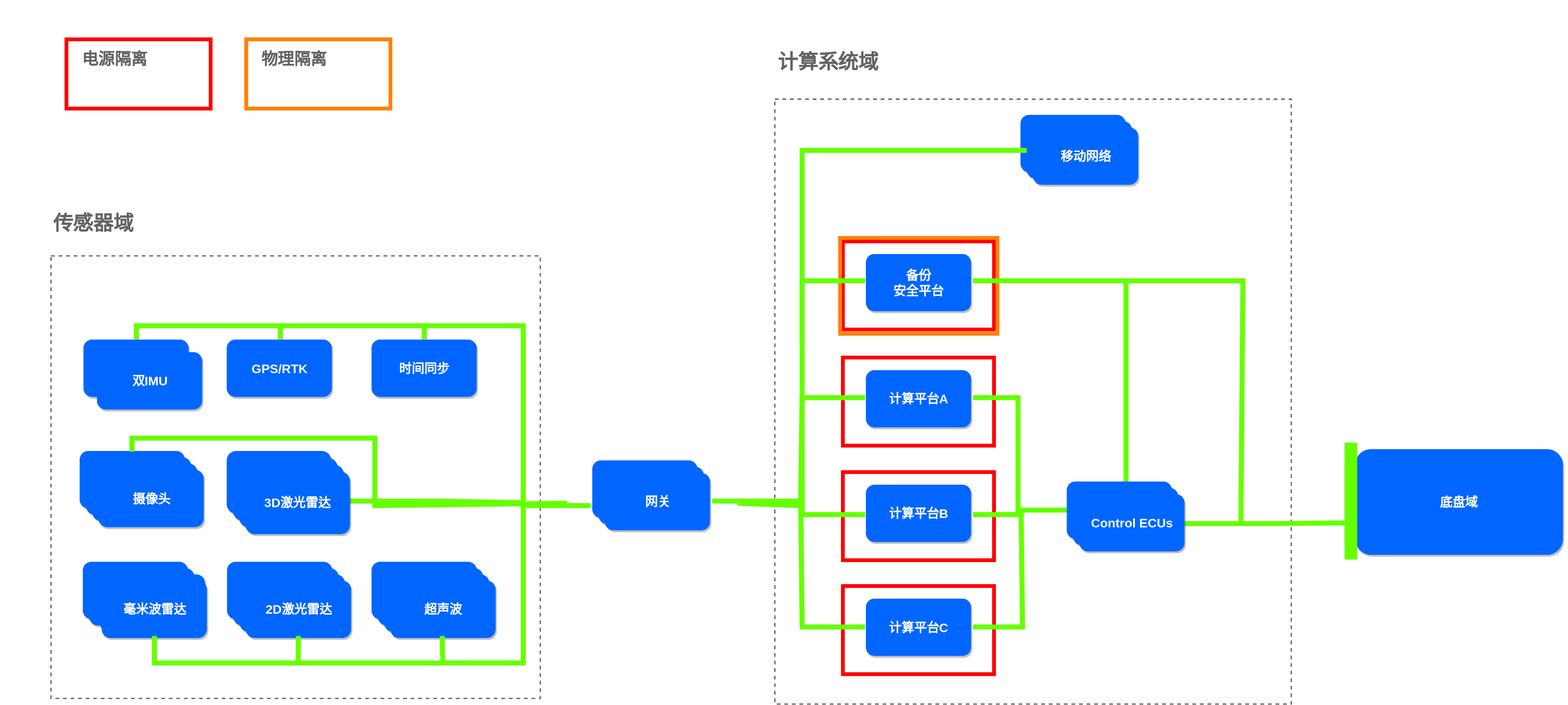
wzyy2/jekyll-now keeps this draw.io diagram as images/system2.svg. Above is the earlier version. Source tidied: cells renumbered, new cells last; positions are measured from the earlier drawing's top-left corner, leaving out a move shared by most shapes.
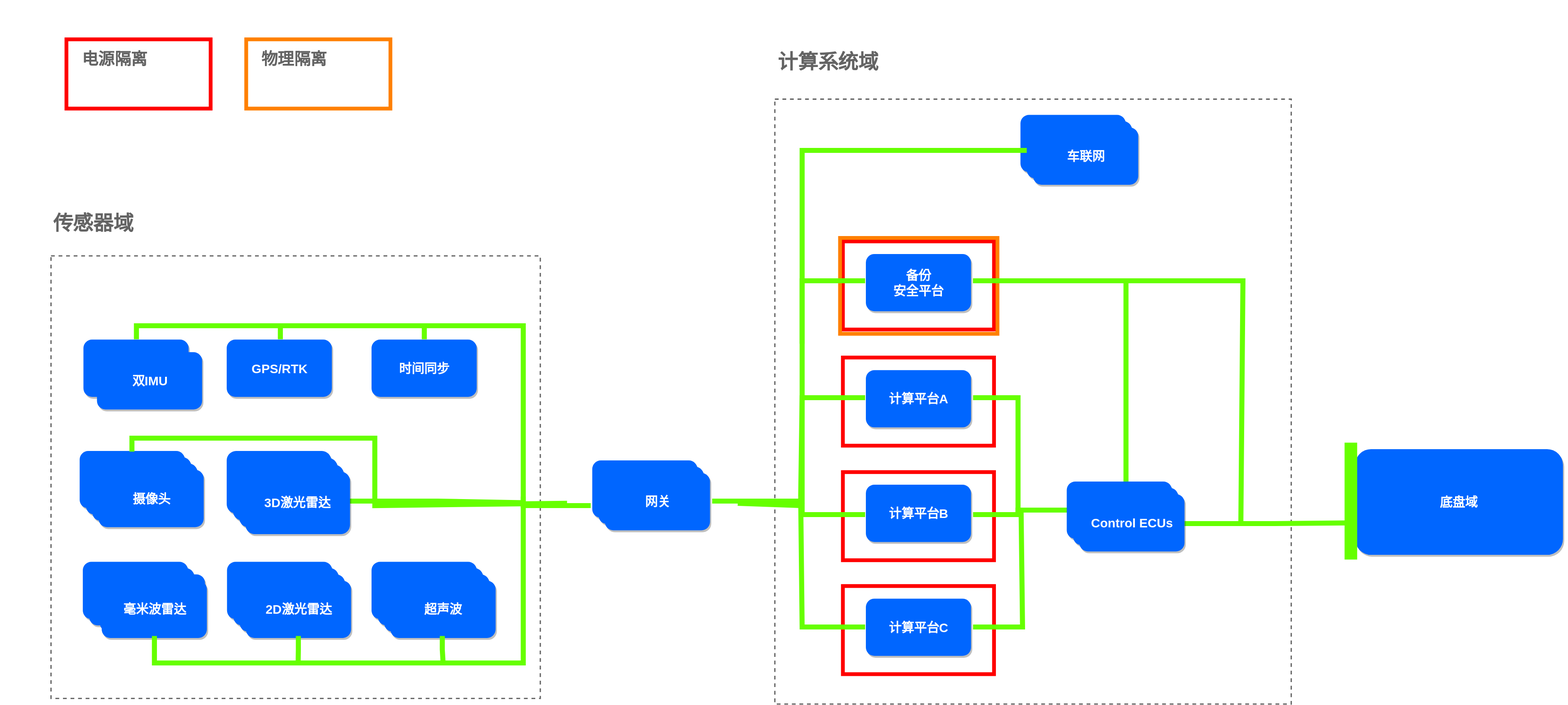
The same file after the commit.

What changed in the source:
```diff
@@ -219,7 +219,7 @@
     <mxCell id="64" value="&lt;span style=&quot;font-size: 20px&quot;&gt;&lt;b&gt;控制模块&lt;/b&gt;&lt;/span&gt;&lt;br&gt;" style="rounded=1;whiteSpace=wrap;html=1;fillColor=#0066ff;fontSize=13;fontColor=#FFFFFF;strokeColor=none;gradientColor=none;gradientDirection=north;shadow=1;glass=0;comic=0;" parent="1" vertex="1">
       <mxGeometry x="1630" y="191" width="167" height="91" as="geometry" />
     </mxCell>
-    <mxCell id="65" value="&lt;span style=&quot;font-size: 20px&quot;&gt;&lt;b&gt;移动网络&lt;/b&gt;&lt;/span&gt;&lt;br&gt;" style="rounded=1;whiteSpace=wrap;html=1;fillColor=#0066ff;fontSize=13;fontColor=#FFFFFF;strokeColor=none;gradientColor=none;gradientDirection=north;shadow=1;glass=0;comic=0;" parent="1" vertex="1">
+    <mxCell id="65" value="&lt;span style=&quot;font-size: 20px&quot;&gt;&lt;b&gt;车联网&lt;/b&gt;&lt;/span&gt;&lt;br&gt;" style="rounded=1;whiteSpace=wrap;html=1;fillColor=#0066ff;fontSize=13;fontColor=#FFFFFF;strokeColor=none;gradientColor=none;gradientDirection=north;shadow=1;glass=0;comic=0;" parent="1" vertex="1">
       <mxGeometry x="1640" y="201" width="167" height="91" as="geometry" />
     </mxCell>
     <mxCell id="66" value="&lt;span style=&quot;font-size: 20px&quot;&gt;&lt;b&gt;Control ECU&lt;/b&gt;&lt;/span&gt;" style="rounded=1;whiteSpace=wrap;html=1;fillColor=#0066ff;fontSize=13;fontColor=#FFFFFF;strokeColor=none;gradientColor=none;gradientDirection=north;shadow=1;glass=0;comic=0;" parent="1" vertex="1">
```
